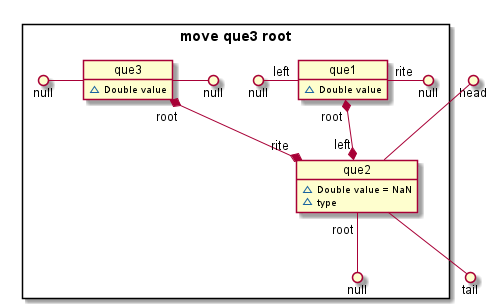
Earlier version of the PlantUML export src/docs/UML/reorderScheme/static/_06_queue.png (vitalispopoff/calculator). Source of this version:
```plantuml
@startuml

package  "move que3 root" <<Rectangle>>{

    object que1{
        ~ Double value
    }
        null ()- "left" que1
        que1 "rite" -() null

    object que2{
        ~ Double value = NaN
        ~ type
    }
        que1 "root" *--* "left" que2
        que3 "root" *--* "rite" que2
        que2 "root" --() null

    object que3{
        ~ Double value
    }
        null ()- que3
        que3 -() null

}

     head ()-- que2
     que2 --() tail

@enduml
```
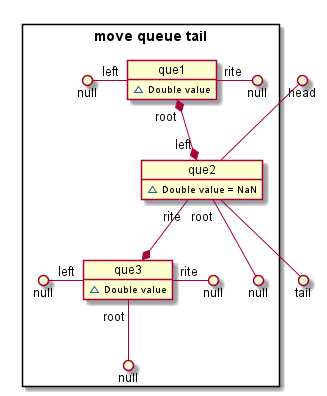
After the change.

Change to the diagram source:
```diff
@@ -1,6 +1,6 @@
 @startuml
 
-package  "move que3 root" <<Rectangle>>{
+package "move queue tail" <<Rectangle>>{
 
     object que1{
         ~ Double value
@@ -10,21 +10,21 @@
 
     object que2{
         ~ Double value = NaN
-        ~ type
     }
         que1 "root" *--* "left" que2
-        que3 "root" *--* "rite" que2
+        que2 "rite"--* que3
         que2 "root" --() null
 
     object que3{
         ~ Double value
     }
-        null ()- que3
-        que3 -() null
+        null ()- "left" que3
+        que3 "rite" -() null
+        que3 "root" --() null
+
 
 }
-
-     head ()-- que2
-     que2 --() tail
+    que2 --() tail
+    head ()-- que2
 
 @enduml
```
